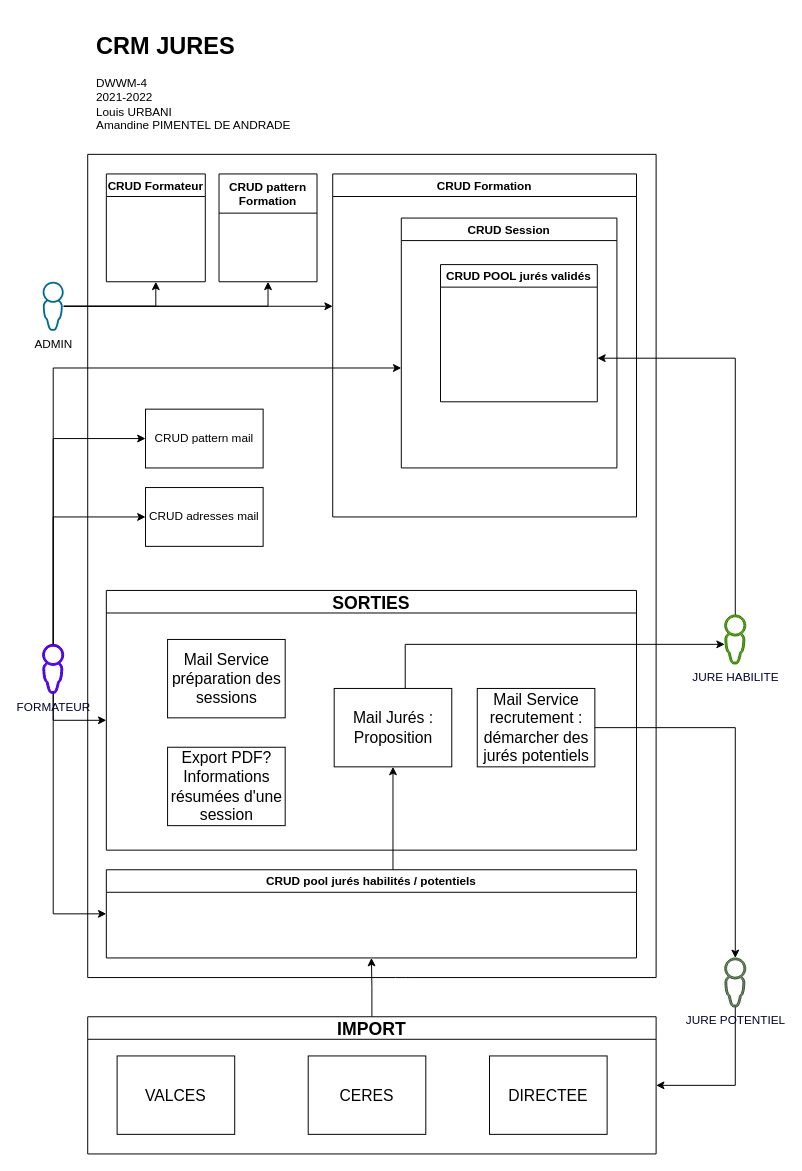
Before: Documentation/UML/2 functionnal diagram.drawio in U-Louis/CRM-Jures, a draw.io diagram. Source tidied: cells renumbered, new cells numbered last; positions are measured from the earlier drawing's top-left corner, leaving out a move shared by most shapes. Both pictures are drawn from the tidied source at 98%, with x=0, y=0 at pixel (42, 26).
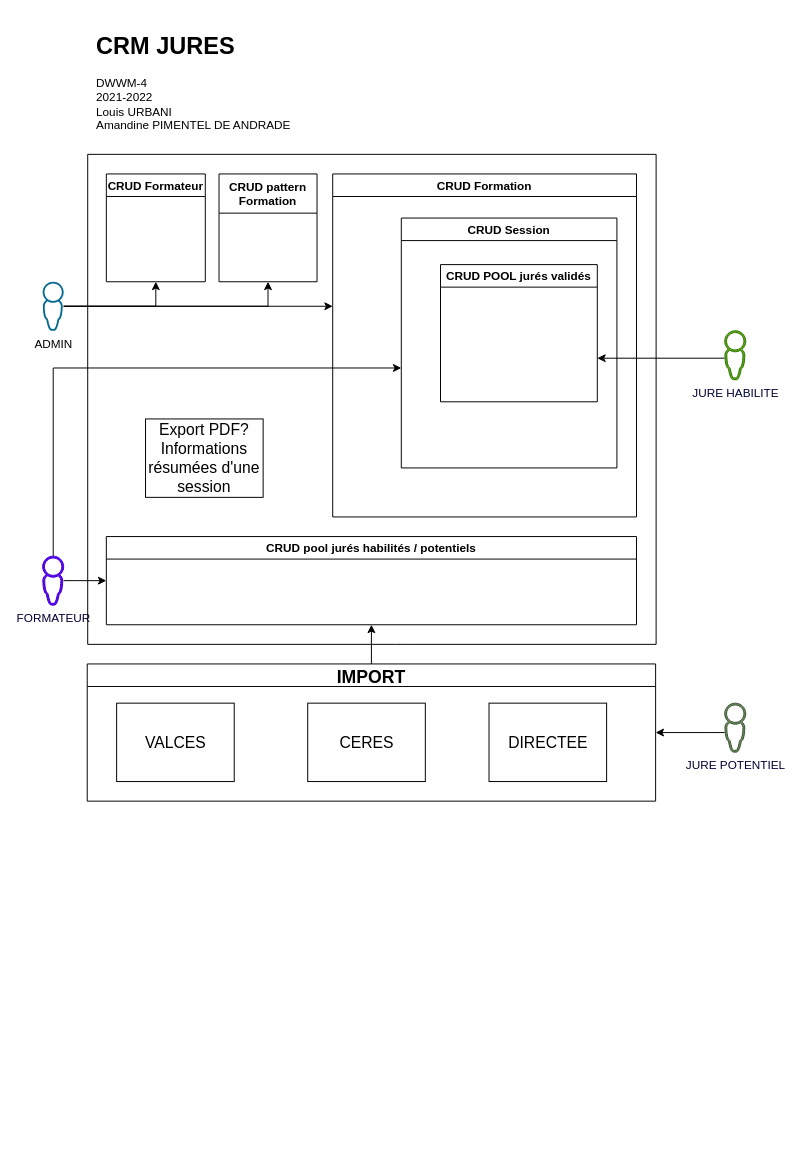
The same page after the edit.

Diff of the diagram source:
```diff
@@
-    <mxCell id="7" style="edgeStyle=orthogonalEdgeStyle;jettySize=auto;html=1;entryX=0;entryY=0.5;entryDx=0;entryDy=0;rounded=0;" parent="1" edge="1" source="11" target="18">
-      <mxGeometry relative="1" as="geometry">
-        <Array as="points">
-          <mxPoint x="11" y="708" />
-          <mxPoint x="65" y="708" />
-        </Array>
-      </mxGeometry>
-    </mxCell>
     <mxCell id="8" style="edgeStyle=orthogonalEdgeStyle;jettySize=auto;html=1;entryX=0;entryY=0.5;entryDx=0;entryDy=0;rounded=0;" parent="1" edge="1" source="11" target="32">
       <mxGeometry relative="1" as="geometry">
         <Array as="points">
-          <mxPoint x="11" y="905" />
+          <mxPoint x="36" y="565" />
+          <mxPoint x="36" y="565" />
         </Array>
       </mxGeometry>
     </mxCell>
-    <mxCell id="9" style="edgeStyle=orthogonalEdgeStyle;jettySize=auto;html=1;entryX=0;entryY=0.5;entryDx=0;entryDy=0;rounded=0;" parent="1" edge="1" source="11" target="39">
-      <mxGeometry relative="1" as="geometry">
-        <Array as="points">
-          <mxPoint x="11" y="420" />
-        </Array>
-      </mxGeometry>
-    </mxCell>
-    <mxCell id="10" style="edgeStyle=orthogonalEdgeStyle;jettySize=auto;html=1;entryX=0;entryY=0.5;entryDx=0;entryDy=0;rounded=0;" parent="1" edge="1" source="11" target="38">
-      <mxGeometry relative="1" as="geometry">
-        <Array as="points">
-          <mxPoint x="11" y="500" />
-        </Array>
-      </mxGeometry>
-    </mxCell>
     <mxCell id="11" value="&lt;font color=&quot;#000033&quot;&gt;FORMATEUR&lt;/font&gt;" style="shadow=0;dashed=0;html=1;strokeColor=#3700CC;labelPosition=center;verticalLabelPosition=bottom;verticalAlign=top;align=center;outlineConnect=0;shape=mxgraph.vvd.administrator;fillColor=#6a00ff;fontColor=#ffffff;" parent="1" vertex="1">
-      <mxGeometry y="630" width="21.5" height="50" as="geometry" />
+      <mxGeometry y="540" width="21.5" height="50" as="geometry" />
     </mxCell>
     <mxCell id="12" style="endArrow=none;html=1;" parent="1" edge="1">
       <mxGeometry relative="1" as="geometry">
-        <mxPoint x="46" y="970" as="sourcePoint" />
+        <mxPoint x="46" y="630" as="sourcePoint" />
         <mxPoint x="46" y="130" as="targetPoint" />
       </mxGeometry>
     </mxCell>
@@
     <mxCell id="17" style="endArrow=none;html=1;" parent="1" edge="1">
       <mxGeometry relative="1" as="geometry">
-        <mxPoint x="626" y="970" as="sourcePoint" />
+        <mxPoint x="626" y="630" as="sourcePoint" />
         <mxPoint x="626" y="130" as="targetPoint" />
       </mxGeometry>
     </mxCell>
-    <mxCell id="18" value="SORTIES" style="swimlane;fontSize=18;" parent="1" vertex="1">
-      <mxGeometry x="65" y="575" width="541" height="265" as="geometry" />
-    </mxCell>
-    <mxCell id="19" value="Mail Jurés :&lt;br style=&quot;font-size: 16px;&quot;&gt;Proposition" style="whiteSpace=wrap;html=1;fontSize=16;" parent="18" vertex="1">
-      <mxGeometry x="232.5" y="100" width="120" height="80" as="geometry" />
-    </mxCell>
-    <mxCell id="20" value="Mail Service préparation des sessions" style="whiteSpace=wrap;html=1;fontSize=16;" parent="18" vertex="1">
-      <mxGeometry x="62.5" y="50" width="120" height="80" as="geometry" />
-    </mxCell>
-    <mxCell id="21" value="Export PDF?&lt;br style=&quot;font-size: 16px;&quot;&gt;Informations résumées d'une session" style="whiteSpace=wrap;html=1;fontSize=16;" parent="18" vertex="1">
-      <mxGeometry x="62.5" y="160" width="120" height="80" as="geometry" />
-    </mxCell>
-    <mxCell id="22" value="Mail Service recrutement : démarcher des jurés potentiels" style="whiteSpace=wrap;html=1;fontSize=16;" parent="18" vertex="1">
-      <mxGeometry x="378.5" y="100" width="120" height="80" as="geometry" />
-    </mxCell>
@@
     <mxCell id="25" style="endArrow=none;html=1;" parent="1" edge="1">
       <mxGeometry relative="1" as="geometry">
-        <mxPoint x="46" y="970" as="sourcePoint" />
-        <mxPoint x="626" y="970" as="targetPoint" />
+        <mxPoint x="46" y="630" as="sourcePoint" />
+        <mxPoint x="626" y="630" as="targetPoint" />
         <Array as="points">
-          <mxPoint x="370" y="970" />
+          <mxPoint x="370" y="630" />
         </Array>
       </mxGeometry>
     </mxCell>
@@
     <mxCell id="27" value="IMPORT" style="swimlane;fontSize=18;" parent="1" vertex="1">
-      <mxGeometry x="46" y="1010" width="580" height="140" as="geometry" />
+      <mxGeometry x="45.5" y="650" width="580" height="140" as="geometry" />
     </mxCell>
@@
-    <mxCell id="31" style="edgeStyle=orthogonalEdgeStyle;jettySize=auto;html=1;entryX=0.5;entryY=1;entryDx=0;entryDy=0;exitX=0.567;exitY=0.008;exitDx=0;exitDy=0;exitPerimeter=0;rounded=0;" parent="1" edge="1" source="32" target="19">
-      <mxGeometry relative="1" as="geometry">
-        <Array as="points">
-          <mxPoint x="358" y="861" />
-          <mxPoint x="358" y="755" />
-        </Array>
-      </mxGeometry>
-    </mxCell>
     <mxCell id="32" value="CRUD pool jurés habilités / potentiels" style="swimlane;startSize=23;" parent="1" vertex="1">
-      <mxGeometry x="65" y="860" width="541" height="90" as="geometry" />
+      <mxGeometry x="65" y="520" width="541" height="90" as="geometry" />
     </mxCell>
@@
     <mxCell id="34" value="&lt;font color=&quot;#000033&quot;&gt;JURE HABILITE&lt;/font&gt;" style="shadow=0;dashed=0;html=1;strokeColor=#2D7600;labelPosition=center;verticalLabelPosition=bottom;verticalAlign=top;align=center;outlineConnect=0;shape=mxgraph.vvd.administrator;fillColor=#60a917;fontColor=#ffffff;" parent="1" vertex="1">
-      <mxGeometry x="696" y="600" width="21.5" height="50" as="geometry" />
+      <mxGeometry x="696" y="310" width="21.5" height="50" as="geometry" />
     </mxCell>
     <mxCell id="35" style="edgeStyle=orthogonalEdgeStyle;jettySize=auto;html=1;entryX=1;entryY=0.5;entryDx=0;entryDy=0;rounded=0;" parent="1" edge="1" source="36" target="27">
       <mxGeometry relative="1" as="geometry">
         <Array as="points">
-          <mxPoint x="707" y="1080" />
+          <mxPoint x="676" y="720" />
+          <mxPoint x="676" y="720" />
         </Array>
       </mxGeometry>
     </mxCell>
     <mxCell id="36" value="&lt;font color=&quot;#000033&quot;&gt;JURE POTENTIEL&lt;/font&gt;" style="shadow=0;dashed=0;html=1;strokeColor=#3A5431;labelPosition=center;verticalLabelPosition=bottom;verticalAlign=top;align=center;outlineConnect=0;shape=mxgraph.vvd.administrator;fillColor=#6d8764;fontColor=#ffffff;" parent="1" vertex="1">
-      <mxGeometry x="696" y="950" width="21.5" height="50" as="geometry" />
+      <mxGeometry x="696" y="690" width="21.5" height="50" as="geometry" />
     </mxCell>
-    <mxCell id="37" style="edgeStyle=orthogonalEdgeStyle;jettySize=auto;html=1;fontSize=18;rounded=0;" parent="1" edge="1" source="22" target="36">
-      <mxGeometry relative="1" as="geometry" />
-    </mxCell>
-    <mxCell id="38" value="CRUD adresses mail" style="whiteSpace=wrap;html=1;" parent="1" vertex="1">
-      <mxGeometry x="105" y="470" width="120" height="60" as="geometry" />
-    </mxCell>
-    <mxCell id="39" value="CRUD pattern mail" style="whiteSpace=wrap;html=1;" parent="1" vertex="1">
-      <mxGeometry x="105" y="390" width="120" height="60" as="geometry" />
-    </mxCell>
@@
-    <mxCell id="41" style="edgeStyle=orthogonalEdgeStyle;rounded=0;jettySize=auto;html=1;" parent="1" edge="1" source="19" target="34">
-      <mxGeometry relative="1" as="geometry">
-        <Array as="points">
-          <mxPoint x="370" y="630" />
-          <mxPoint x="707" y="630" />
-        </Array>
-      </mxGeometry>
-    </mxCell>
+    <mxCell id="21" value="Export PDF?&lt;br style=&quot;font-size: 16px;&quot;&gt;Informations résumées d'une session" style="whiteSpace=wrap;html=1;fontSize=16;" parent="1" vertex="1">
+      <mxGeometry x="105" y="400" width="120" height="80" as="geometry" />
+    </mxCell>
```
